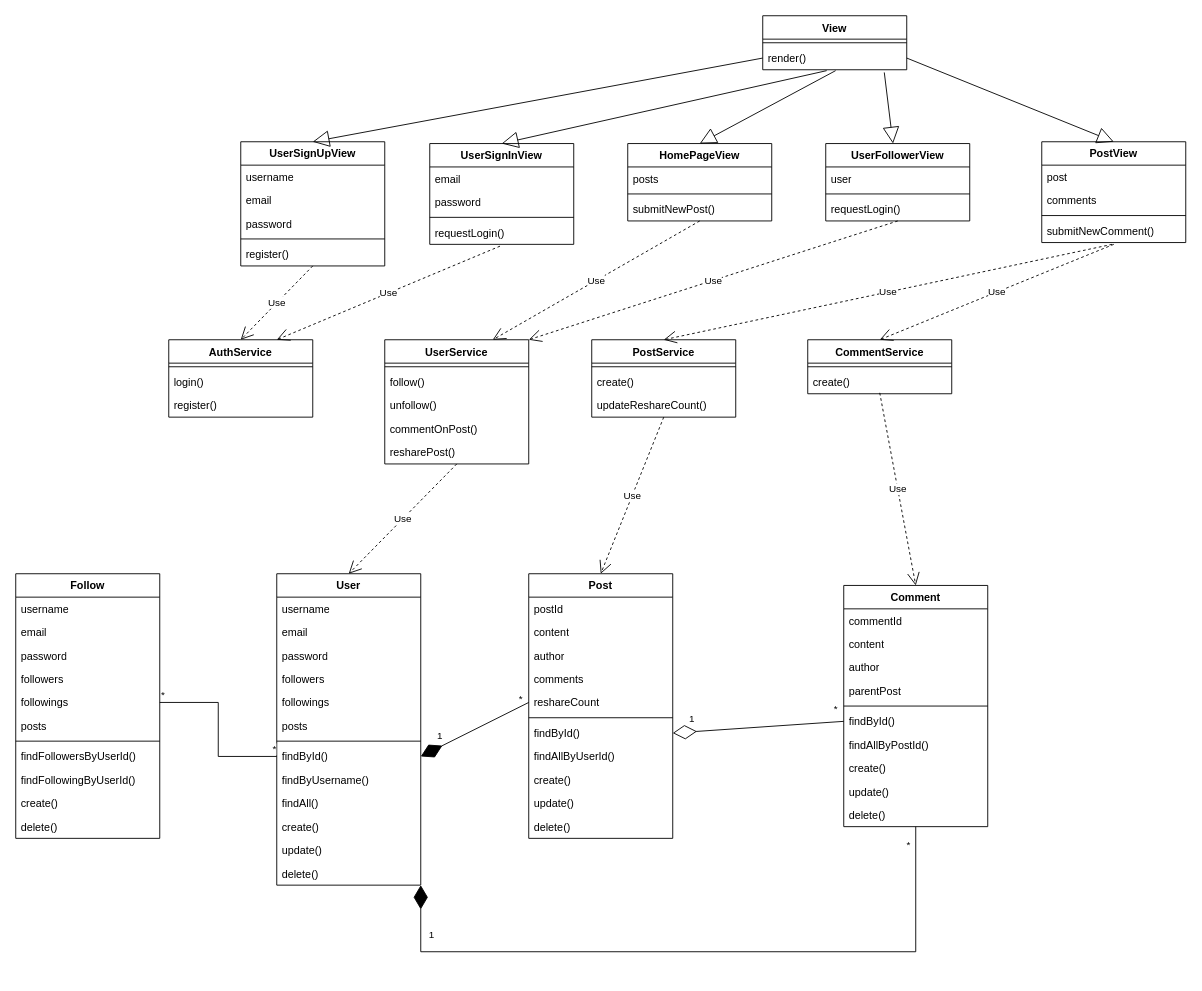
jilv220/UMLs keeps this draw.io diagram as social_network.drawio. Above is the earlier version. Source tidied: cells renumbered, new cells numbered last; positions are measured from the earlier drawing's top-left corner, leaving out a move shared by most shapes. Both pictures are drawn from the tidied source at 90%, with x=0, y=0 at pixel (15, 15).
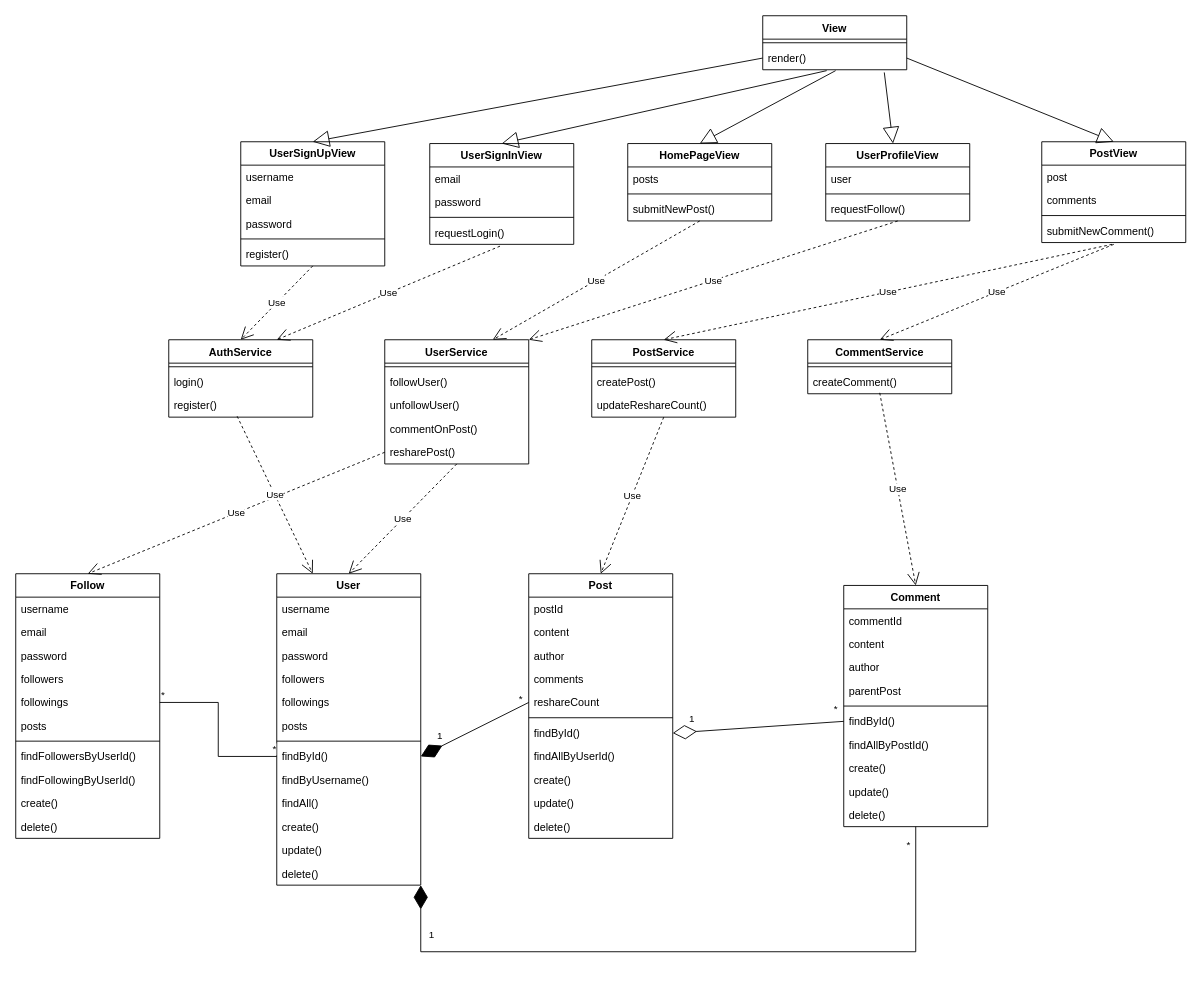
Above is the later version.

Unchanged cells that the change refers to:
```xml
<mxCell id="2" value="User" style="swimlane;fontStyle=1;align=center;verticalAlign=top;horizontal=1;startSize=26;whiteSpace=wrap;html=1;" parent="1" vertex="1">
  <mxGeometry x="290" y="620" width="160" height="346" as="geometry" />
</mxCell>
<mxCell id="71" value="UserService" style="swimlane;fontStyle=1;align=center;verticalAlign=top;horizontal=1;startSize=26;whiteSpace=wrap;html=1;" parent="1" vertex="1">
  <mxGeometry x="410" y="360" width="160" height="138" as="geometry" />
</mxCell>
<mxCell id="76" value="resharePost()" style="text;strokeColor=none;fillColor=none;align=left;verticalAlign=top;spacingLeft=4;spacingRight=4;overflow=hidden;points=[[0,0.5],[1,0.5]];portConstraint=eastwest;whiteSpace=wrap;html=1;" parent="71" vertex="1">
  <mxGeometry y="112" width="160" height="26" as="geometry" />
</mxCell>
<mxCell id="77" value="PostService" style="swimlane;fontStyle=1;align=center;verticalAlign=top;horizontal=1;startSize=26;whiteSpace=wrap;html=1;" parent="1" vertex="1">
  <mxGeometry x="640" y="360" width="160" height="86" as="geometry" />
</mxCell>
<mxCell id="81" value="Follow" style="swimlane;fontStyle=1;align=center;verticalAlign=top;horizontal=1;startSize=26;whiteSpace=wrap;html=1;" parent="1" vertex="1">
  <mxGeometry y="620" width="160" height="294" as="geometry" />
</mxCell>
<mxCell id="107" value="CommentService" style="swimlane;fontStyle=1;align=center;verticalAlign=top;horizontal=1;startSize=26;whiteSpace=wrap;html=1;" parent="1" vertex="1">
  <mxGeometry x="880" y="360" width="160" height="60" as="geometry" />
</mxCell>
<mxCell id="118" value="register()" style="text;strokeColor=none;fillColor=none;align=left;verticalAlign=top;spacingLeft=4;spacingRight=4;overflow=hidden;points=[[0,0.5],[1,0.5]];portConstraint=eastwest;whiteSpace=wrap;html=1;" parent="115" vertex="1">
  <mxGeometry y="60" width="160" height="26" as="geometry" />
</mxCell>
```

Diff of the diagram source:
```diff
@@
-    <mxCell id="58" value="UserFollowerView" style="swimlane;fontStyle=1;align=center;verticalAlign=top;horizontal=1;startSize=26;whiteSpace=wrap;html=1;" parent="1" vertex="1">
+    <mxCell id="58" value="UserProfileView" style="swimlane;fontStyle=1;align=center;verticalAlign=top;horizontal=1;startSize=26;whiteSpace=wrap;html=1;" parent="1" vertex="1">
       <mxGeometry x="900" y="142" width="160" height="86" as="geometry" />
     </mxCell>
@@
-    <mxCell id="61" value="requestLogin()" style="text;strokeColor=none;fillColor=none;align=left;verticalAlign=top;spacingLeft=4;spacingRight=4;overflow=hidden;whiteSpace=wrap;html=1;" parent="58" vertex="1">
+    <mxCell id="61" value="requestFollow()" style="text;strokeColor=none;fillColor=none;align=left;verticalAlign=top;spacingLeft=4;spacingRight=4;overflow=hidden;whiteSpace=wrap;html=1;" parent="58" vertex="1">
       <mxGeometry y="60" width="160" height="26" as="geometry" />
     </mxCell>
@@
-    <mxCell id="73" value="follow()" style="text;strokeColor=none;fillColor=none;align=left;verticalAlign=top;spacingLeft=4;spacingRight=4;overflow=hidden;whiteSpace=wrap;html=1;" parent="71" vertex="1">
+    <mxCell id="73" value="followUser()" style="text;strokeColor=none;fillColor=none;align=left;verticalAlign=top;spacingLeft=4;spacingRight=4;overflow=hidden;whiteSpace=wrap;html=1;" parent="71" vertex="1">
       <mxGeometry y="34" width="160" height="26" as="geometry" />
     </mxCell>
-    <mxCell id="74" value="unfollow()" style="text;strokeColor=none;fillColor=none;align=left;verticalAlign=top;spacingLeft=4;spacingRight=4;overflow=hidden;whiteSpace=wrap;html=1;" parent="71" vertex="1">
+    <mxCell id="74" value="unfollowUser()" style="text;strokeColor=none;fillColor=none;align=left;verticalAlign=top;spacingLeft=4;spacingRight=4;overflow=hidden;whiteSpace=wrap;html=1;" parent="71" vertex="1">
       <mxGeometry y="60" width="160" height="26" as="geometry" />
     </mxCell>
@@
-    <mxCell id="79" value="create()" style="text;strokeColor=none;fillColor=none;align=left;verticalAlign=top;spacingLeft=4;spacingRight=4;overflow=hidden;whiteSpace=wrap;html=1;" parent="77" vertex="1">
+    <mxCell id="79" value="createPost()" style="text;strokeColor=none;fillColor=none;align=left;verticalAlign=top;spacingLeft=4;spacingRight=4;overflow=hidden;whiteSpace=wrap;html=1;" parent="77" vertex="1">
       <mxGeometry y="34" width="160" height="26" as="geometry" />
     </mxCell>
@@
-    <mxCell id="109" value="create()" style="text;strokeColor=none;fillColor=none;align=left;verticalAlign=top;spacingLeft=4;spacingRight=4;overflow=hidden;points=[[0,0.5],[1,0.5]];portConstraint=eastwest;whiteSpace=wrap;html=1;" parent="107" vertex="1">
+    <mxCell id="109" value="createComment()" style="text;strokeColor=none;fillColor=none;align=left;verticalAlign=top;spacingLeft=4;spacingRight=4;overflow=hidden;points=[[0,0.5],[1,0.5]];portConstraint=eastwest;whiteSpace=wrap;html=1;" parent="107" vertex="1">
       <mxGeometry y="34" width="160" height="26" as="geometry" />
     </mxCell>
@@
+    <mxCell id="121" value="Use" style="endArrow=open;endSize=12;dashed=1;html=1;rounded=0;exitX=0;exitY=0.5;exitDx=0;exitDy=0;entryX=0.5;entryY=0;entryDx=0;entryDy=0;" parent="1" edge="1" source="76" target="81">
+      <mxGeometry relative="1" as="geometry" />
+    </mxCell>
+    <mxCell id="122" value="Use" style="endArrow=open;endSize=12;dashed=1;html=1;rounded=0;exitX=0.475;exitY=0.962;exitDx=0;exitDy=0;entryX=0.25;entryY=0;entryDx=0;entryDy=0;exitPerimeter=0;" parent="1" edge="1" source="118" target="2">
+      <mxGeometry relative="1" as="geometry" />
+    </mxCell>
```
